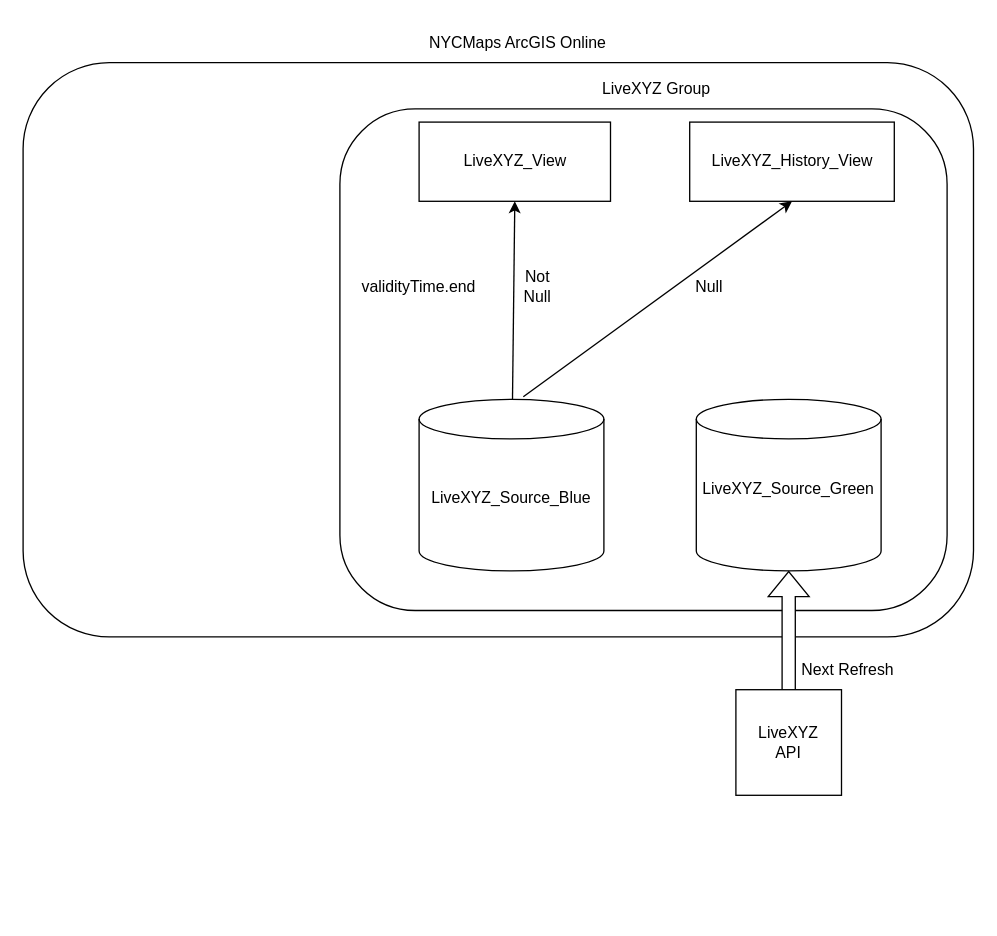
This is doc/sketch.drawio from mattyschell/agol_pub_livexyz, a draw.io file, before an edit. Source tidied: cells renumbered, new cells numbered last; positions are measured from the earlier drawing's top-left corner, leaving out a move shared by most shapes. Both pictures are drawn from the tidied source at 132%, with x=0, y=0 at pixel (22, 22).
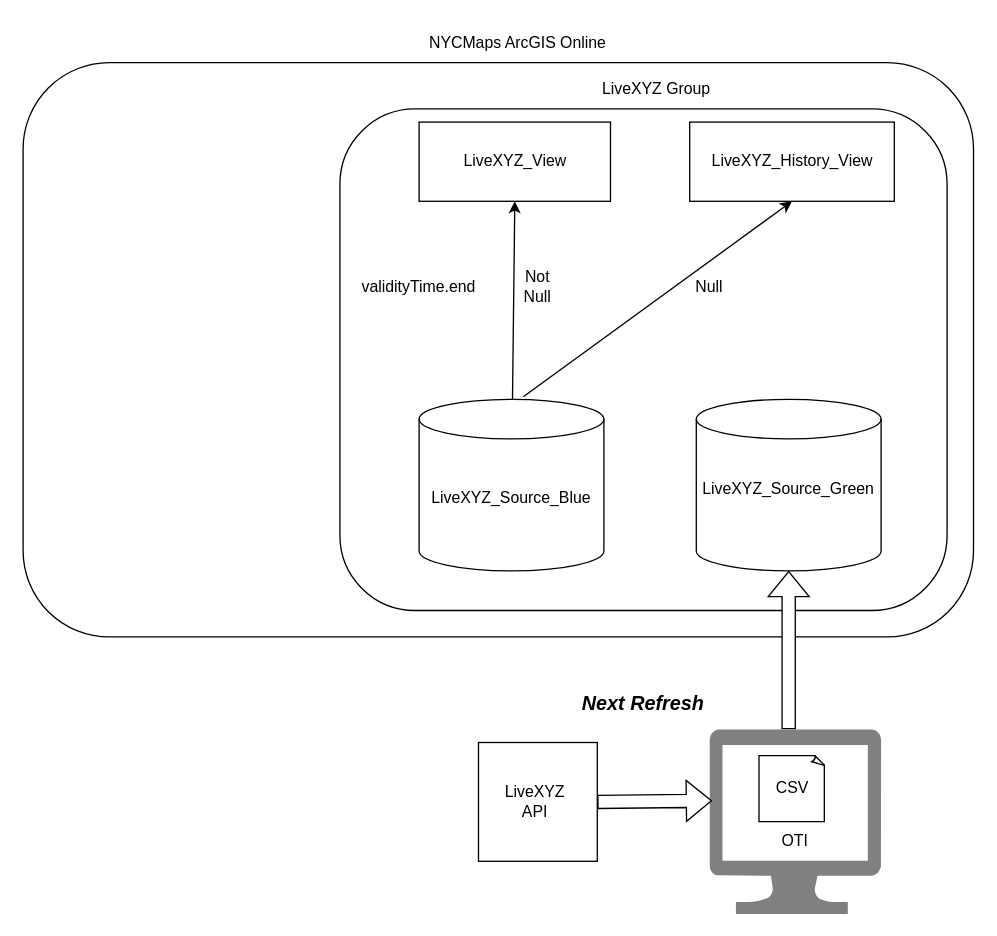
The same diagram, later.

The edit, as a diff of the source:
```diff
@@
     <mxCell id="20" style="whiteSpace=wrap;html=1;" parent="1" vertex="1">
-      <mxGeometry x="540" y="505" width="80" height="80" as="geometry" />
+      <mxGeometry x="345" y="545" width="90" height="90" as="geometry" />
     </mxCell>
     <mxCell id="21" value="LiveXYZ API" style="text;html=1;whiteSpace=wrap;strokeColor=none;fillColor=none;align=center;verticalAlign=middle;rounded=0;" parent="1" vertex="1">
-      <mxGeometry x="550" y="530" width="60" height="30" as="geometry" />
+      <mxGeometry x="357.5" y="575" width="60" height="30" as="geometry" />
     </mxCell>
-    <mxCell id="22" value="Next Refresh" style="text;html=1;whiteSpace=wrap;strokeColor=none;fillColor=none;align=center;verticalAlign=middle;rounded=0;" parent="1" vertex="1">
-      <mxGeometry x="580" y="475" width="90" height="30" as="geometry" />
+    <mxCell id="22" value="Next Refresh" style="text;html=1;whiteSpace=wrap;strokeColor=none;fillColor=none;align=center;verticalAlign=middle;rounded=0;fontStyle=3;fontSize=15;" parent="1" vertex="1">
+      <mxGeometry x="410" y="495" width="120" height="40" as="geometry" />
     </mxCell>
+    <mxCell id="23" style="whiteSpace=wrap;html=1;shape=mxgraph.basic.document;" parent="1" vertex="1">
+      <mxGeometry x="557.5" y="555" width="50" height="50" as="geometry" />
+    </mxCell>
+    <mxCell id="24" style="verticalLabelPosition=bottom;html=1;verticalAlign=top;align=center;strokeColor=none;fillColor=grey;shape=mxgraph.azure.computer;" parent="1" vertex="1">
+      <mxGeometry x="520" y="535" width="130" height="140" as="geometry" />
+    </mxCell>
+    <mxCell id="25" value="CSV" style="text;html=1;whiteSpace=wrap;strokeColor=none;fillColor=none;align=center;verticalAlign=middle;rounded=0;" parent="1" vertex="1">
+      <mxGeometry x="552.5" y="565" width="60" height="30" as="geometry" />
+    </mxCell>
+    <mxCell id="26" value="OTI" style="text;html=1;whiteSpace=wrap;strokeColor=none;fillColor=none;align=center;verticalAlign=middle;rounded=0;" parent="1" vertex="1">
+      <mxGeometry x="555" y="605" width="60" height="30" as="geometry" />
+    </mxCell>
+    <mxCell id="27" style="shape=flexArrow;endArrow=classic;html=1;rounded=0;entryX=0.015;entryY=0.386;entryDx=0;entryDy=0;entryPerimeter=0;fillColor=default;exitX=1;exitY=0.5;exitDx=0;exitDy=0;" parent="1" edge="1" source="20" target="24">
+      <mxGeometry relative="1" as="geometry" />
+    </mxCell>
```
